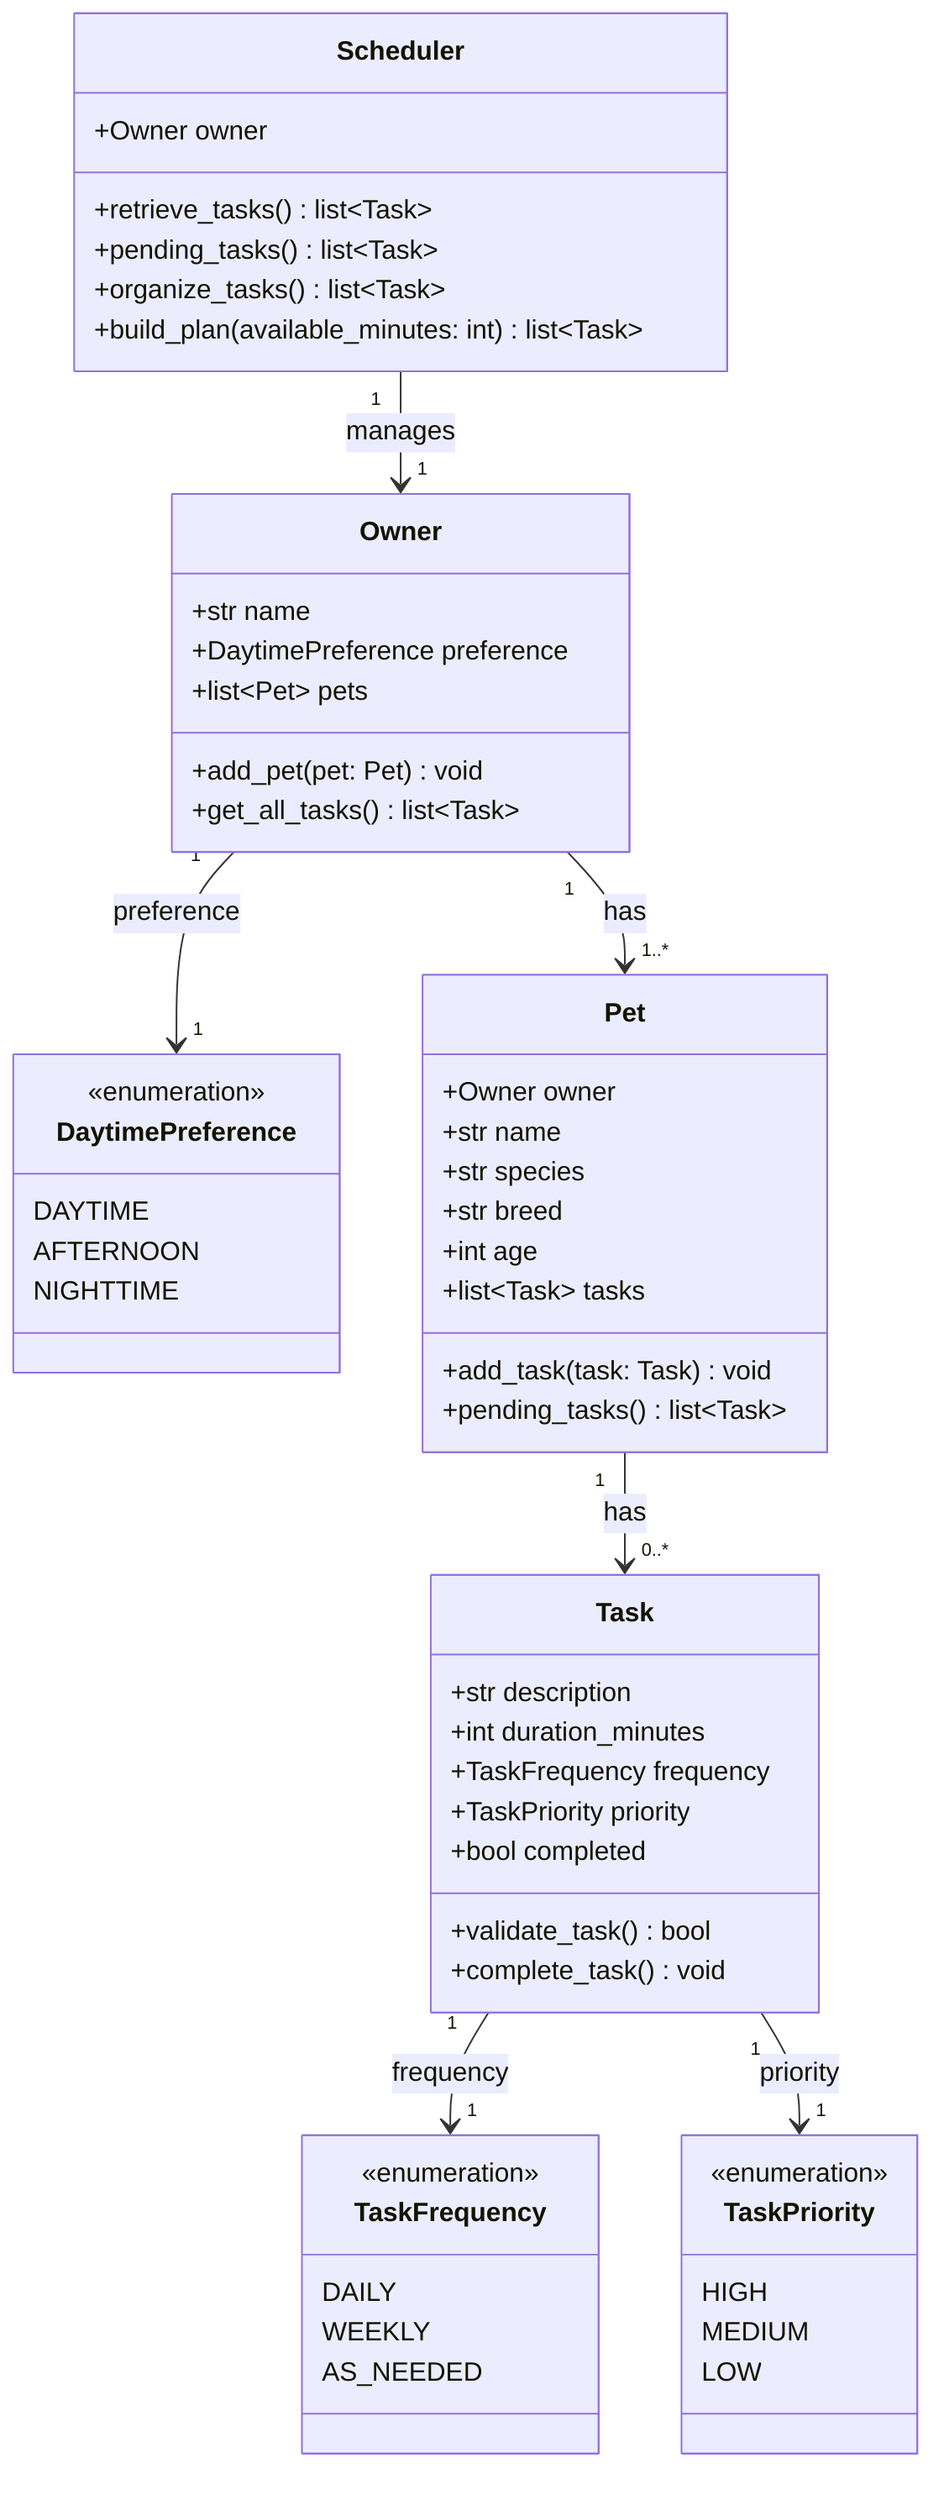
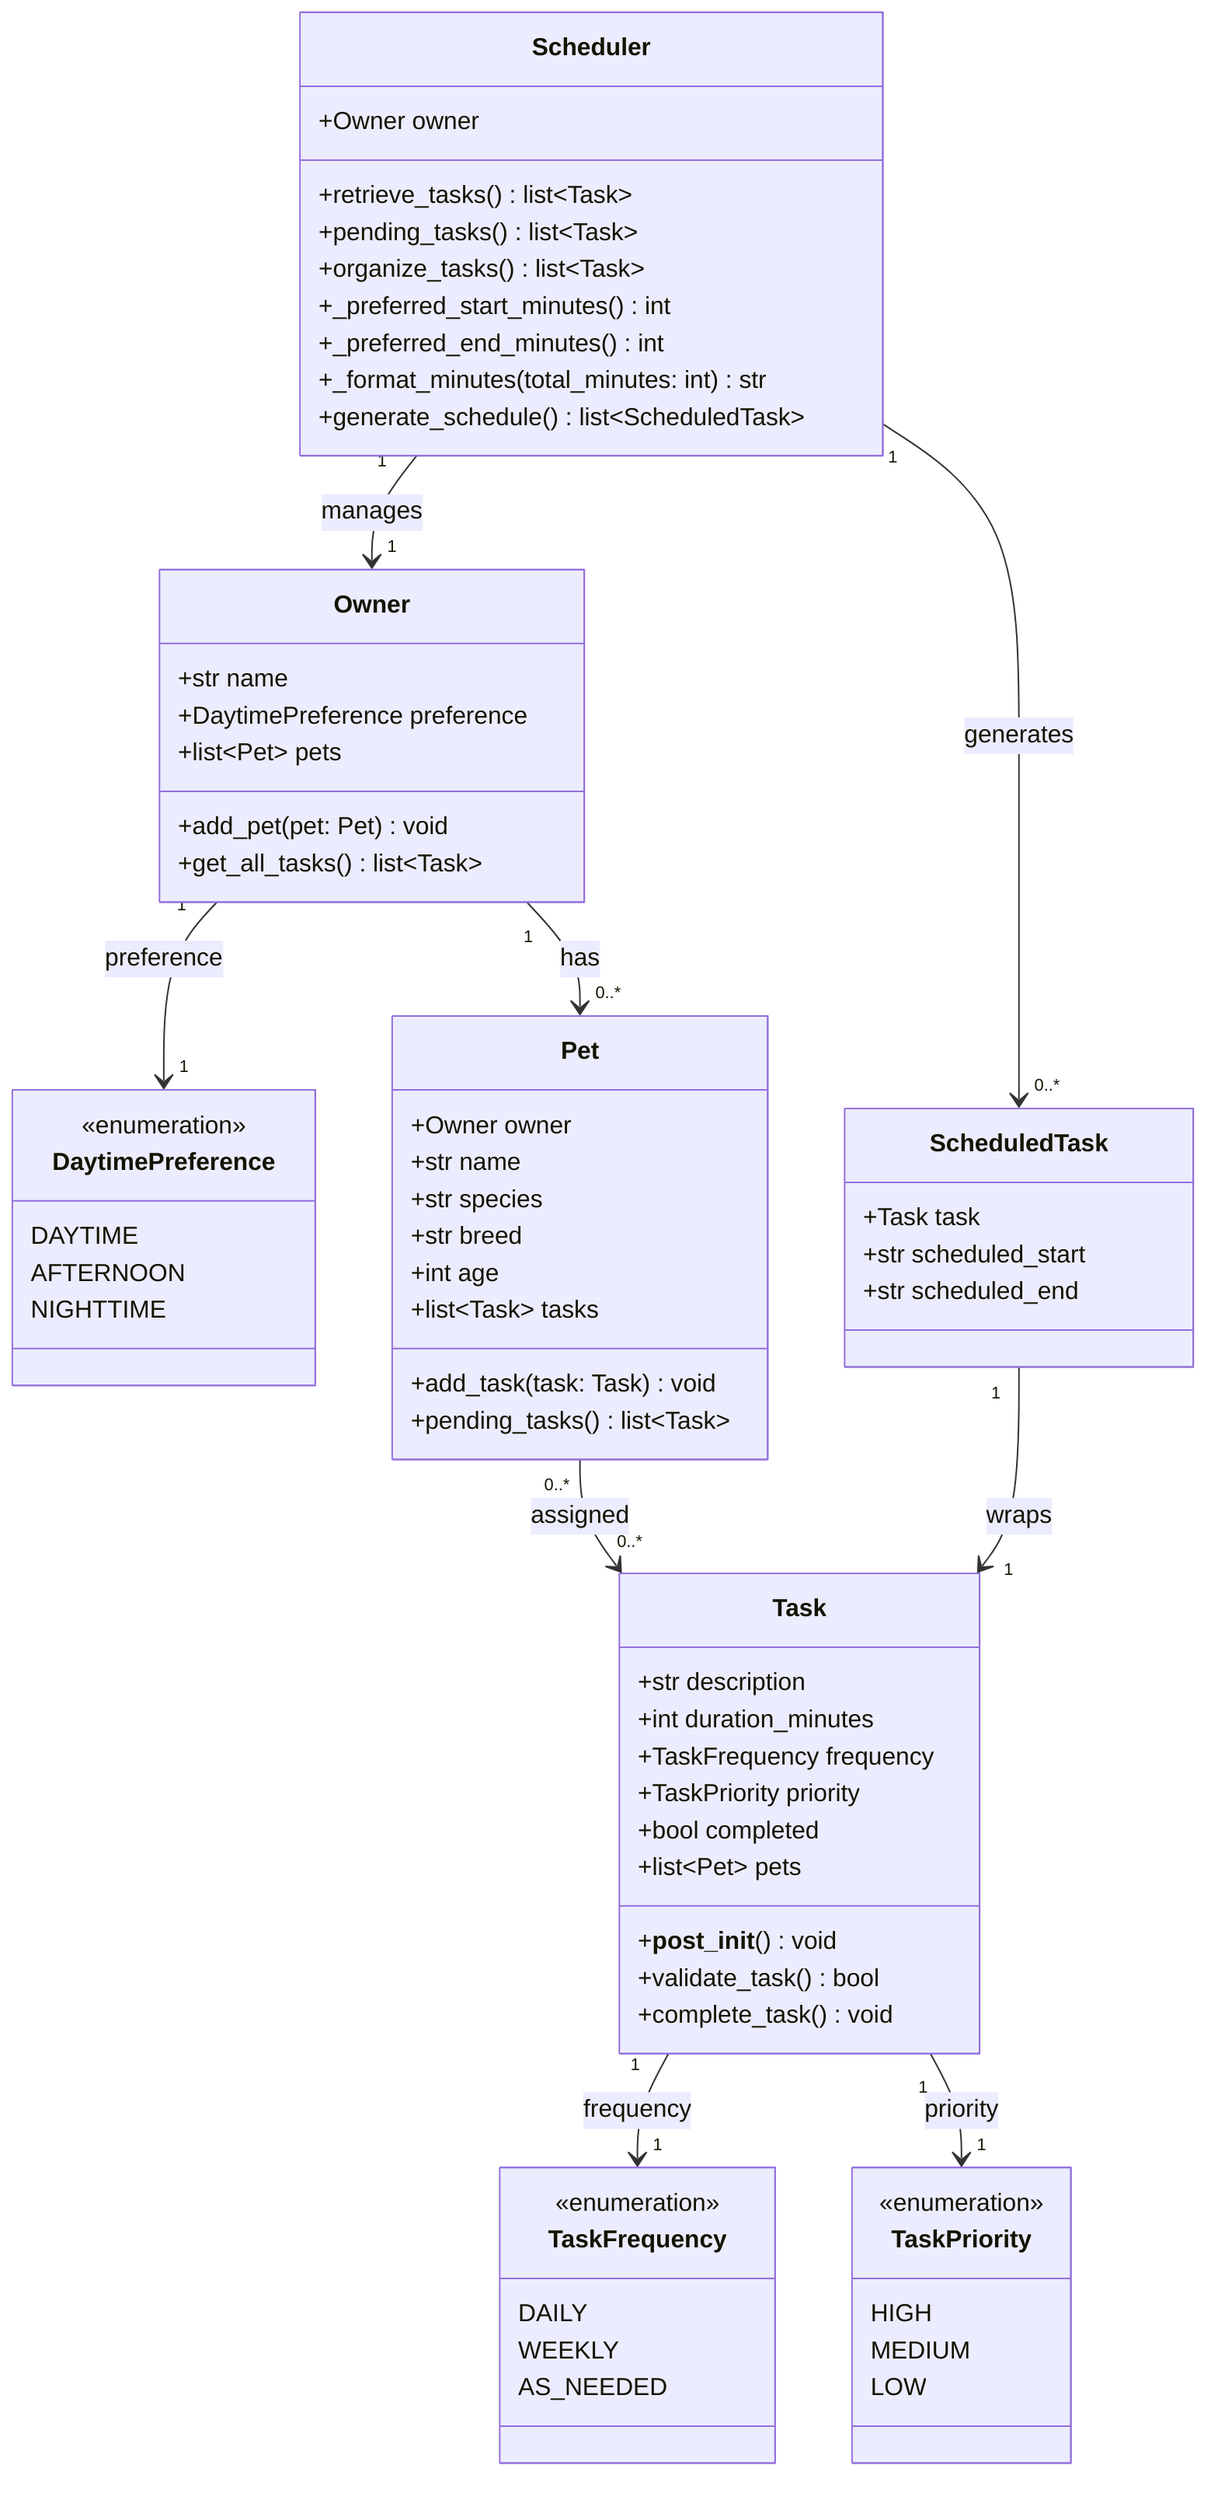
classDiagram
    class DaytimePreference {
        <<enumeration>>
        DAYTIME
        AFTERNOON
        NIGHTTIME
    }

    class TaskPriority {
        <<enumeration>>
        HIGH
        MEDIUM
        LOW
    }

    class TaskFrequency {
        <<enumeration>>
        DAILY
        WEEKLY
        AS_NEEDED
    }

    class Owner {
        +str name
        +DaytimePreference preference
        +list~Pet~ pets
        +add_pet(pet: Pet) void
        +get_all_tasks() list~Task~
    }

    class Pet {
        +Owner owner
        +str name
        +str species
        +str breed
        +int age
        +list~Task~ tasks
        +add_task(task: Task) void
        +pending_tasks() list~Task~
    }

    class Task {
        +str description
        +int duration_minutes
        +TaskFrequency frequency
        +TaskPriority priority
        +bool completed
+         +list~Pet~ pets
+         +__post_init__() void
        +validate_task() bool
        +complete_task() void
+     }
+ 
+     class ScheduledTask {
+         +Task task
+         +str scheduled_start
+         +str scheduled_end
    }

    class Scheduler {
        +Owner owner
        +retrieve_tasks() list~Task~
        +pending_tasks() list~Task~
        +organize_tasks() list~Task~
-         +build_plan(available_minutes: int) list~Task~
+         +_preferred_start_minutes() int
+         +_preferred_end_minutes() int
+         +_format_minutes(total_minutes: int) str
+         +generate_schedule() list~ScheduledTask~
    }

    Owner "1" --> "1" DaytimePreference : preference
-     Owner "1" --> "1..*" Pet : has
-     Pet "1" --> "0..*" Task : has
+     Owner "1" --> "0..*" Pet : has
+     Pet "0..*" --> "0..*" Task : assigned
    Task "1" --> "1" TaskFrequency : frequency
    Task "1" --> "1" TaskPriority : priority
    Scheduler "1" --> "1" Owner : manages
+     Scheduler "1" --> "0..*" ScheduledTask : generates
+     ScheduledTask "1" --> "1" Task : wraps
